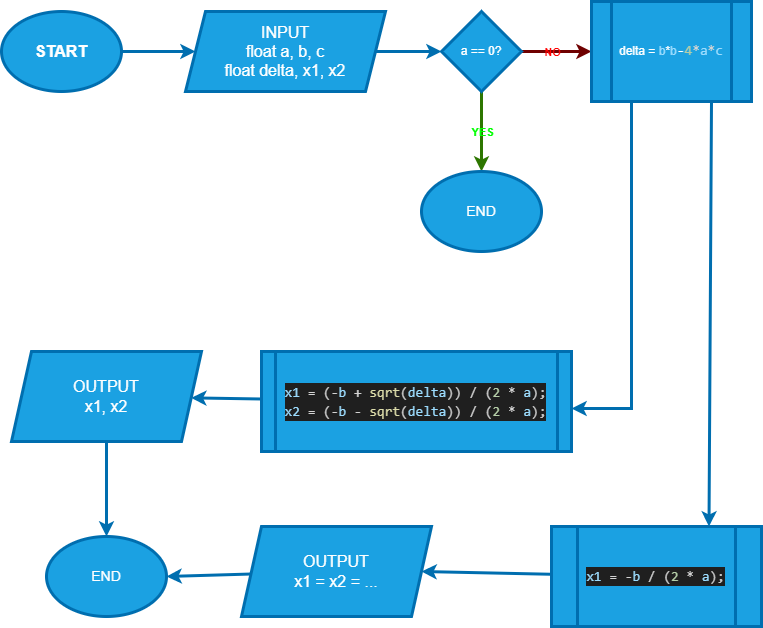
The draw.io diagram Lab_2/Bai_3/FlowBai_3_2.drawio.png in MinkWungNe/NLNNLT, before a commit. Source tidied: cells renumbered, new cells last; positions are measured from the earlier drawing's top-left corner, leaving out a move shared by most shapes.
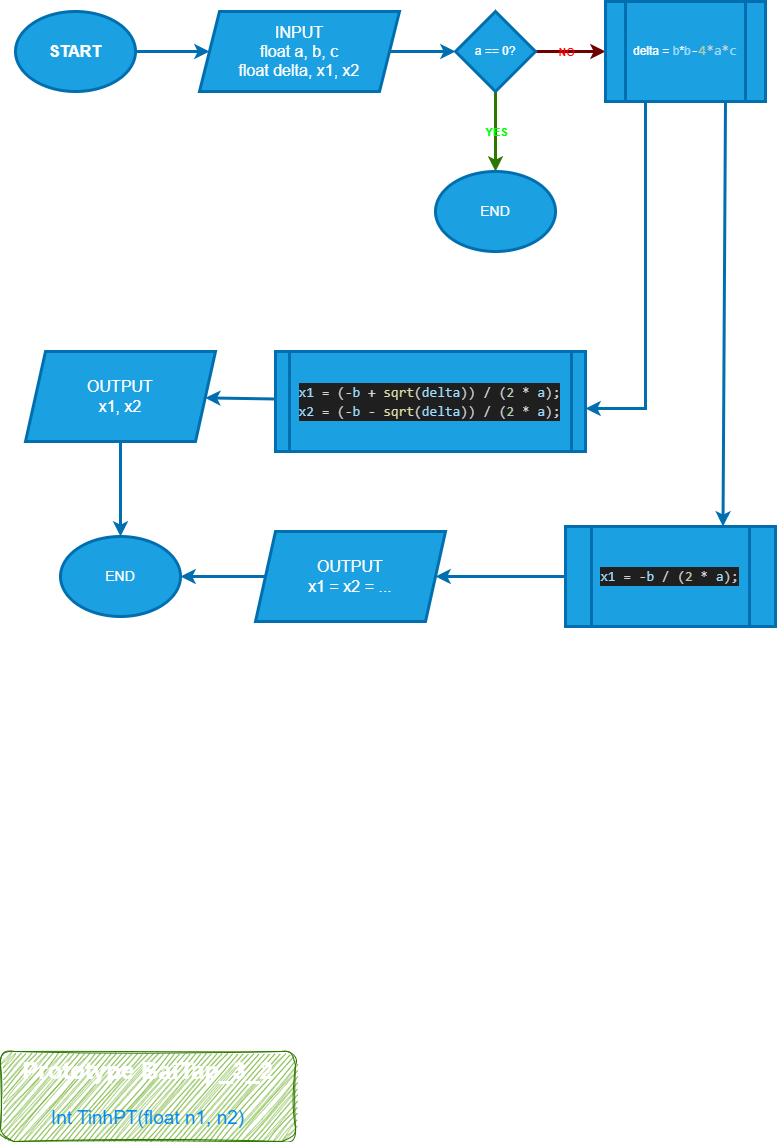
After the change.

What changed in the source:
```diff
@@ -68,7 +68,7 @@
       <mxGeometry relative="1" as="geometry" />
     </mxCell>
     <mxCell id="21" value="OUTPUT&lt;br style=&quot;font-size: 16px;&quot;&gt;x1 = x2 = ..." style="shape=parallelogram;perimeter=parallelogramPerimeter;whiteSpace=wrap;html=1;fixedSize=1;rounded=0;shadow=0;sketch=0;fontColor=#ffffff;fontSize=16;strokeColor=#006EAF;strokeWidth=3;fillColor=#1ba1e2;" parent="1" vertex="1">
-      <mxGeometry x="240" y="525" width="190" height="90" as="geometry" />
+      <mxGeometry x="240" y="530" width="190" height="90" as="geometry" />
     </mxCell>
     <mxCell id="22" value="END" style="ellipse;whiteSpace=wrap;html=1;rounded=0;shadow=0;sketch=0;fontSize=14;fontColor=#ffffff;strokeColor=#006EAF;strokeWidth=3;fillColor=#1ba1e2;" parent="1" vertex="1">
       <mxGeometry x="45" y="535" width="120" height="80" as="geometry" />
@@ -76,5 +76,8 @@
     <mxCell id="23" value="END" style="ellipse;whiteSpace=wrap;html=1;rounded=0;shadow=0;sketch=0;fontSize=14;fontColor=#ffffff;strokeColor=#006EAF;strokeWidth=3;fillColor=#1ba1e2;" parent="1" vertex="1">
       <mxGeometry x="420" y="170" width="120" height="80" as="geometry" />
     </mxCell>
+    <mxCell id="24" value="&lt;h1&gt;&lt;span style=&quot;background-color: initial;&quot;&gt;Prototype BaiTap_3_2&lt;/span&gt;&lt;/h1&gt;&lt;h1&gt;&lt;span style=&quot;font-weight: 400;&quot;&gt;&lt;font color=&quot;#058af0&quot; style=&quot;font-size: 19px;&quot;&gt;Int TinhPT(float n1, n2)&lt;/font&gt;&lt;/span&gt;&lt;/h1&gt;" style="text;html=1;strokeColor=#2D7600;fillColor=#60a917;spacing=5;spacingTop=-20;whiteSpace=wrap;overflow=hidden;rounded=1;fontColor=#ffffff;sketch=1;curveFitting=1;jiggle=2;align=center;" parent="1" vertex="1">
+      <mxGeometry x="-15" y="1050" width="295" height="90" as="geometry" />
+    </mxCell>
   </root>
 </mxGraphModel>
```
